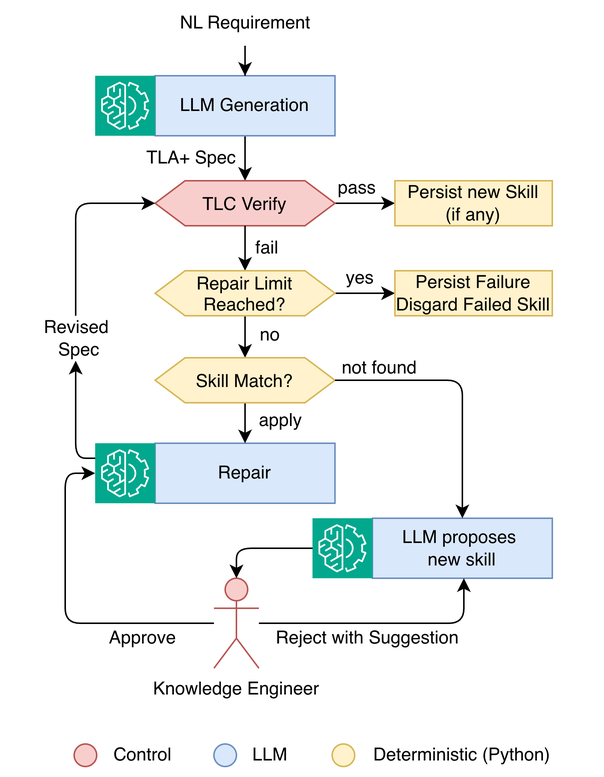
The draw.io diagram images/AgenticControlLoop.drawio.png in Prof-it/formal-verification, before a commit. Source tidied: cells renumbered, new cells last; positions are measured from the earlier drawing's top-left corner, leaving out a move shared by most shapes.
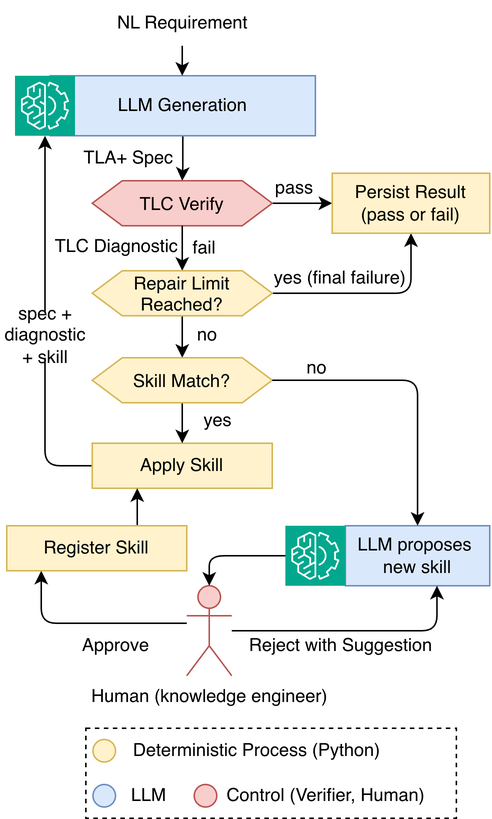
The same diagram one commit later.

Diff of the diagram source:
```diff
@@ -2,14 +2,17 @@
   <root>
     <mxCell id="0" />
     <mxCell id="1" parent="0" />
+    <mxCell id="45" style="rounded=0;whiteSpace=wrap;html=1;dashed=1;" parent="1" vertex="1">
+      <mxGeometry x="98.8" y="485" width="247" height="60" as="geometry" />
+    </mxCell>
     <mxCell id="2" style="edgeStyle=orthogonalEdgeStyle;rounded=0;jettySize=auto;html=1;" parent="1" edge="1" source="3" target="7">
       <mxGeometry relative="1" as="geometry" />
     </mxCell>
     <mxCell id="3" value="&lt;font&gt;LLM Generation&lt;/font&gt;" style="rounded=0;whiteSpace=wrap;html=1;fillColor=#dae8fc;strokeColor=#6c8ebf;" parent="1" vertex="1">
-      <mxGeometry x="103" y="50" width="120" height="40" as="geometry" />
+      <mxGeometry x="75" y="50" width="176.8" height="40" as="geometry" />
     </mxCell>
-    <mxCell id="4" style="edgeStyle=orthogonalEdgeStyle;rounded=1;jettySize=auto;html=1;curved=0;exitX=1;exitY=0.5;exitDx=0;exitDy=0;" parent="1" edge="1" source="35" target="15">
-      <mxGeometry x="-0.12" relative="1" as="geometry" />
+    <mxCell id="4" style="edgeStyle=orthogonalEdgeStyle;rounded=1;jettySize=auto;html=1;curved=0;exitX=1;exitY=0.5;exitDx=0;exitDy=0;entryX=0.5;entryY=1;entryDx=0;entryDy=0;" parent="1" edge="1" source="35" target="26">
+      <mxGeometry x="-0.73" relative="1" as="geometry" />
     </mxCell>
     <mxCell id="5" style="edgeStyle=orthogonalEdgeStyle;rounded=0;jettySize=auto;html=1;entryX=0.5;entryY=0;entryDx=0;entryDy=0;" parent="1" edge="1" source="35" target="14">
       <mxGeometry x="0.38" relative="1" as="geometry" />
@@ -34,15 +37,11 @@
         </Array>
       </mxGeometry>
     </mxCell>
-    <mxCell id="11" style="edgeStyle=orthogonalEdgeStyle;rounded=1;jettySize=auto;html=1;entryX=0;entryY=0.5;entryDx=0;entryDy=0;curved=0;" parent="1" edge="1" source="40" target="7">
-      <mxGeometry x="-0.89" relative="1" as="geometry">
-        <Array as="points">
-          <mxPoint x="50" y="135" />
-        </Array>
-      </mxGeometry>
-    </mxCell>
+    <mxCell id="46" style="edgeStyle=orthogonalEdgeStyle;rounded=1;jettySize=auto;html=1;entryX=0.5;entryY=1;entryDx=0;entryDy=0;curved=0;endArrow=none;endFill=0;" parent="1" edge="1" source="12" target="40">
+      <mxGeometry relative="1" as="geometry" />
+    </mxCell>
-    <mxCell id="12" value="Repair" style="rounded=0;whiteSpace=wrap;html=1;fillColor=#dae8fc;strokeColor=#6c8ebf;" parent="1" vertex="1">
-      <mxGeometry x="103" y="295" width="120" height="40" as="geometry" />
+    <mxCell id="12" value="&lt;div&gt;Apply Skill&lt;/div&gt;" style="rounded=0;whiteSpace=wrap;html=1;fillColor=#fff2cc;strokeColor=#d6b656;" parent="1" vertex="1">
+      <mxGeometry x="103" y="295" width="120" height="30" as="geometry" />
     </mxCell>
     <mxCell id="13" style="edgeStyle=orthogonalEdgeStyle;rounded=0;jettySize=auto;html=1;" parent="1" edge="1" source="14" target="12">
       <mxGeometry relative="1" as="geometry" />
@@ -50,103 +49,106 @@
     <mxCell id="14" value="Skill Match?" style="shape=hexagon;perimeter=hexagonPerimeter2;whiteSpace=wrap;html=1;shapeInside=1;fixedSize=1;fillColor=#fff2cc;strokeColor=#d6b656;" parent="1" vertex="1">
       <mxGeometry x="103" y="238" width="120" height="30" as="geometry" />
     </mxCell>
-    <mxCell id="15" value="Persist&amp;nbsp;&lt;span style=&quot;background-color: transparent; color: light-dark(rgb(0, 0, 0), rgb(255, 255, 255));&quot;&gt;Failure&lt;/span&gt;&lt;div&gt;Disgard Failed Skill&lt;/div&gt;" style="rounded=0;whiteSpace=wrap;html=1;fillColor=#fff2cc;strokeColor=#d6b656;" parent="1" vertex="1">
-      <mxGeometry x="263" y="180" width="105" height="30" as="geometry" />
-    </mxCell>
-    <mxCell id="16" value="apply" style="text;html=1;whiteSpace=wrap;strokeColor=none;fillColor=none;align=center;verticalAlign=middle;rounded=0;" parent="1" vertex="1">
+    <mxCell id="16" value="yes" style="text;html=1;whiteSpace=wrap;strokeColor=none;fillColor=none;align=center;verticalAlign=middle;rounded=0;" parent="1" vertex="1">
       <mxGeometry x="157" y="265" width="60" height="30" as="geometry" />
     </mxCell>
     <mxCell id="17" value="LLM proposes&amp;nbsp;&lt;div&gt;new skill&lt;/div&gt;" style="rounded=0;whiteSpace=wrap;html=1;fillColor=#dae8fc;strokeColor=#6c8ebf;" parent="1" vertex="1">
-      <mxGeometry x="248" y="345" width="120" height="40" as="geometry" />
+      <mxGeometry x="271.8" y="350" width="96.2" height="40" as="geometry" />
     </mxCell>
     <mxCell id="18" style="edgeStyle=orthogonalEdgeStyle;rounded=1;jettySize=auto;html=1;entryX=0.5;entryY=0;entryDx=0;entryDy=0;exitX=1;exitY=0.5;exitDx=0;exitDy=0;curved=0;" parent="1" edge="1" source="14" target="17">
       <mxGeometry x="0.19" relative="1" as="geometry" />
     </mxCell>
     <mxCell id="19" style="sketch=0;points=[[0,0,0],[0.25,0,0],[0.5,0,0],[0.75,0,0],[1,0,0],[0,1,0],[0.25,1,0],[0.5,1,0],[0.75,1,0],[1,1,0],[0,0.25,0],[0,0.5,0],[0,0.75,0],[1,0.25,0],[1,0.5,0],[1,0.75,0]];outlineConnect=0;fontColor=#232F3E;fillColor=#01A88D;strokeColor=#ffffff;dashed=0;verticalLabelPosition=bottom;verticalAlign=top;align=center;html=1;fontSize=12;fontStyle=0;shape=mxgraph.aws4.resourceIcon;resIcon=mxgraph.aws4.machine_learning;" parent="1" vertex="1">
-      <mxGeometry x="63" y="50" width="40" height="40" as="geometry" />
+      <mxGeometry x="51.5" y="50" width="40" height="40" as="geometry" />
     </mxCell>
     <mxCell id="20" style="sketch=0;points=[[0,0,0],[0.25,0,0],[0.5,0,0],[0.75,0,0],[1,0,0],[0,1,0],[0.25,1,0],[0.5,1,0],[0.75,1,0],[1,1,0],[0,0.25,0],[0,0.5,0],[0,0.75,0],[1,0.25,0],[1,0.5,0],[1,0.75,0]];outlineConnect=0;fontColor=#232F3E;fillColor=#01A88D;strokeColor=#ffffff;dashed=0;verticalLabelPosition=bottom;verticalAlign=top;align=center;html=1;fontSize=12;fontStyle=0;shape=mxgraph.aws4.resourceIcon;resIcon=mxgraph.aws4.machine_learning;" parent="1" vertex="1">
-      <mxGeometry x="208" y="345" width="40" height="40" as="geometry" />
+      <mxGeometry x="231.8" y="350" width="40" height="40" as="geometry" />
     </mxCell>
     <mxCell id="21" value="Approve" style="text;html=1;whiteSpace=wrap;strokeColor=none;fillColor=none;align=center;verticalAlign=middle;rounded=0;" parent="1" vertex="1">
-      <mxGeometry x="65.2" y="417.5" width="60" height="15" as="geometry" />
+      <mxGeometry x="89" y="422.5" width="60" height="15" as="geometry" />
     </mxCell>
     <mxCell id="22" value="Reject with Suggestion" style="text;html=1;whiteSpace=wrap;strokeColor=none;fillColor=none;align=center;verticalAlign=middle;rounded=0;" parent="1" vertex="1">
-      <mxGeometry x="180" y="410" width="130" height="30" as="geometry" />
+      <mxGeometry x="203.8" y="415" width="130" height="30" as="geometry" />
     </mxCell>
-    <mxCell id="23" value="Knowledge&amp;nbsp;&lt;span style=&quot;background-color: transparent; color: light-dark(rgb(0, 0, 0), rgb(255, 255, 255));&quot;&gt;Engineer&lt;/span&gt;" style="shape=umlActor;verticalLabelPosition=bottom;verticalAlign=top;html=1;outlineConnect=0;fillColor=#f8cecc;strokeColor=#b85450;" parent="1" vertex="1">
-      <mxGeometry x="142.2" y="385" width="30" height="60" as="geometry" />
+    <mxCell id="23" value="Human (knowledge e&lt;span style=&quot;background-color: transparent; color: light-dark(rgb(0, 0, 0), rgb(255, 255, 255));&quot;&gt;ngineer)&lt;/span&gt;" style="shape=umlActor;verticalLabelPosition=bottom;verticalAlign=top;html=1;outlineConnect=0;fillColor=#f8cecc;strokeColor=#b85450;" parent="1" vertex="1">
+      <mxGeometry x="166" y="390" width="30" height="60" as="geometry" />
     </mxCell>
-    <mxCell id="24" value="not found" style="text;html=1;whiteSpace=wrap;strokeColor=none;fillColor=none;align=center;verticalAlign=middle;rounded=0;" parent="1" vertex="1">
+    <mxCell id="24" value="no" style="text;html=1;whiteSpace=wrap;strokeColor=none;fillColor=none;align=center;verticalAlign=middle;rounded=0;" parent="1" vertex="1">
       <mxGeometry x="223" y="230" width="60" height="30" as="geometry" />
     </mxCell>
     <mxCell id="25" style="edgeStyle=orthogonalEdgeStyle;rounded=1;jettySize=auto;html=1;entryX=0.5;entryY=0;entryDx=0;entryDy=0;entryPerimeter=0;curved=0;" parent="1" edge="1" source="20" target="23">
       <mxGeometry relative="1" as="geometry" />
     </mxCell>
-    <mxCell id="26" value="&lt;span style=&quot;background-color: transparent; color: light-dark(rgb(0, 0, 0), rgb(255, 255, 255));&quot;&gt;Persist new Skill&lt;/span&gt;&lt;div&gt;&lt;span style=&quot;background-color: transparent; color: light-dark(rgb(0, 0, 0), rgb(255, 255, 255));&quot;&gt;(if any)&lt;/span&gt;&lt;/div&gt;" style="rounded=0;whiteSpace=wrap;html=1;fillColor=#fff2cc;strokeColor=#d6b656;" parent="1" vertex="1">
-      <mxGeometry x="263" y="120" width="105" height="30" as="geometry" />
+    <mxCell id="26" value="&lt;span style=&quot;background-color: transparent; color: light-dark(rgb(0, 0, 0), rgb(255, 255, 255));&quot;&gt;Persist Result&lt;/span&gt;&lt;div&gt;&lt;span style=&quot;background-color: transparent; color: light-dark(rgb(0, 0, 0), rgb(255, 255, 255));&quot;&gt;(pass or fail)&lt;/span&gt;&lt;/div&gt;" style="rounded=0;whiteSpace=wrap;html=1;fillColor=#fff2cc;strokeColor=#d6b656;" parent="1" vertex="1">
+      <mxGeometry x="263" y="115" width="105" height="40" as="geometry" />
     </mxCell>
+    <mxCell id="34" style="edgeStyle=orthogonalEdgeStyle;rounded=0;jettySize=auto;html=1;" parent="1" edge="1" source="7" target="35">
+      <mxGeometry relative="1" as="geometry" />
+    </mxCell>
+    <mxCell id="35" value="Repair Limit Reached?" style="shape=hexagon;perimeter=hexagonPerimeter2;whiteSpace=wrap;html=1;shapeInside=1;fixedSize=1;fillColor=#fff2cc;strokeColor=#d6b656;" parent="1" vertex="1">
+      <mxGeometry x="103" y="180" width="120" height="30" as="geometry" />
+    </mxCell>
+    <mxCell id="36" value="no" style="text;html=1;whiteSpace=wrap;strokeColor=none;fillColor=none;align=center;verticalAlign=middle;rounded=0;" parent="1" vertex="1">
+      <mxGeometry x="149.5" y="208" width="60" height="30" as="geometry" />
+    </mxCell>
+    <mxCell id="37" value="yes (final failure)" style="text;html=1;whiteSpace=wrap;strokeColor=none;fillColor=none;align=center;verticalAlign=middle;rounded=0;" parent="1" vertex="1">
+      <mxGeometry x="223" y="170" width="91" height="30" as="geometry" />
+    </mxCell>
+    <mxCell id="38" value="TLA+ Spec" style="text;html=1;whiteSpace=wrap;strokeColor=none;fillColor=none;align=center;verticalAlign=middle;rounded=0;" parent="1" vertex="1">
+      <mxGeometry x="75" y="90" width="105" height="30" as="geometry" />
+    </mxCell>
+    <mxCell id="41" style="edgeStyle=orthogonalEdgeStyle;rounded=0;jettySize=auto;html=1;entryX=0.5;entryY=0;entryDx=0;entryDy=0;" parent="1" edge="1" source="42" target="3">
+      <mxGeometry relative="1" as="geometry" />
+    </mxCell>
+    <mxCell id="42" value="NL Requirement" style="text;html=1;whiteSpace=wrap;strokeColor=none;fillColor=none;align=center;verticalAlign=middle;rounded=0;" parent="1" vertex="1">
+      <mxGeometry x="110.5" width="105" height="30" as="geometry" />
+    </mxCell>
+    <mxCell id="43" style="edgeStyle=orthogonalEdgeStyle;rounded=1;jettySize=auto;html=1;curved=0;" parent="1" edge="1" source="23" target="17">
+      <mxGeometry relative="1" as="geometry">
+        <Array as="points">
+          <mxPoint x="332.8" y="420" />
+        </Array>
+      </mxGeometry>
+    </mxCell>
+    <mxCell id="40" value="spec +&lt;div&gt;diagnostic&lt;/div&gt;&lt;div&gt;+ skill&lt;/div&gt;" style="text;html=1;whiteSpace=wrap;strokeColor=none;fillColor=none;align=center;verticalAlign=middle;rounded=0;" parent="1" vertex="1">
+      <mxGeometry x="41.5" y="208" width="60" height="30" as="geometry" />
+    </mxCell>
     <mxCell id="27" style="ellipse;whiteSpace=wrap;html=1;shapeInside=1;fillColor=#f8cecc;strokeColor=#b85450;" parent="1" vertex="1">
-      <mxGeometry x="49" y="495.5" width="15" height="15" as="geometry" />
+      <mxGeometry x="171" y="522.5" width="15" height="15" as="geometry" />
     </mxCell>
-    <mxCell id="28" value="Control" style="text;html=1;whiteSpace=wrap;strokeColor=none;fillColor=none;align=center;verticalAlign=middle;rounded=0;" parent="1" vertex="1">
-      <mxGeometry x="65.2" y="488" width="60" height="30" as="geometry" />
+    <mxCell id="28" value="Control (Verifier, Human)" style="text;html=1;whiteSpace=wrap;strokeColor=none;fillColor=none;align=center;verticalAlign=middle;rounded=0;" parent="1" vertex="1">
+      <mxGeometry x="187.2" y="515" width="144.2" height="30" as="geometry" />
     </mxCell>
     <mxCell id="29" style="ellipse;whiteSpace=wrap;html=1;shapeInside=1;fillColor=#fff2cc;strokeColor=#d6b656;" parent="1" vertex="1">
-      <mxGeometry x="221.1" y="495.5" width="15" height="15" as="geometry" />
+      <mxGeometry x="103.5" y="492.5" width="15" height="15" as="geometry" />
     </mxCell>
-    <mxCell id="30" value="Deterministic (Python)" style="text;html=1;whiteSpace=wrap;strokeColor=none;fillColor=none;align=center;verticalAlign=middle;rounded=0;" parent="1" vertex="1">
-      <mxGeometry x="214.1" y="488" width="188.2" height="30" as="geometry" />
+    <mxCell id="30" value="Deterministic Process (Python)" style="text;html=1;whiteSpace=wrap;strokeColor=none;fillColor=none;align=center;verticalAlign=middle;rounded=0;" parent="1" vertex="1">
+      <mxGeometry x="118.5" y="485" width="188.2" height="30" as="geometry" />
     </mxCell>
     <mxCell id="31" style="ellipse;whiteSpace=wrap;html=1;shapeInside=1;fillColor=#dae8fc;strokeColor=#6c8ebf;" parent="1" vertex="1">
-      <mxGeometry x="142.2" y="495.5" width="15" height="15" as="geometry" />
+      <mxGeometry x="103.5" y="522.5" width="15" height="15" as="geometry" />
     </mxCell>
     <mxCell id="32" value="LLM" style="text;html=1;whiteSpace=wrap;strokeColor=none;fillColor=none;align=center;verticalAlign=middle;rounded=0;" parent="1" vertex="1">
-      <mxGeometry x="149.8" y="488" width="60" height="30" as="geometry" />
+      <mxGeometry x="111" y="515" width="60" height="30" as="geometry" />
     </mxCell>
-    <mxCell id="33" style="sketch=0;points=[[0,0,0],[0.25,0,0],[0.5,0,0],[0.75,0,0],[1,0,0],[0,1,0],[0.25,1,0],[0.5,1,0],[0.75,1,0],[1,1,0],[0,0.25,0],[0,0.5,0],[0,0.75,0],[1,0.25,0],[1,0.5,0],[1,0.75,0]];outlineConnect=0;fontColor=#232F3E;fillColor=#01A88D;strokeColor=#ffffff;dashed=0;verticalLabelPosition=bottom;verticalAlign=top;align=center;html=1;fontSize=12;fontStyle=0;shape=mxgraph.aws4.resourceIcon;resIcon=mxgraph.aws4.machine_learning;" parent="1" vertex="1">
-      <mxGeometry x="63" y="295" width="40" height="40" as="geometry" />
-    </mxCell>
-    <mxCell id="34" style="edgeStyle=orthogonalEdgeStyle;rounded=0;jettySize=auto;html=1;" parent="1" edge="1" source="7" target="35">
-      <mxGeometry relative="1" as="geometry" />
-    </mxCell>
-    <mxCell id="35" value="Repair Limit Reached?" style="shape=hexagon;perimeter=hexagonPerimeter2;whiteSpace=wrap;html=1;shapeInside=1;fixedSize=1;fillColor=#fff2cc;strokeColor=#d6b656;" parent="1" vertex="1">
-      <mxGeometry x="103" y="180" width="120" height="30" as="geometry" />
-    </mxCell>
-    <mxCell id="36" value="no" style="text;html=1;whiteSpace=wrap;strokeColor=none;fillColor=none;align=center;verticalAlign=middle;rounded=0;" parent="1" vertex="1">
-      <mxGeometry x="149.5" y="208" width="60" height="30" as="geometry" />
-    </mxCell>
-    <mxCell id="37" value="yes" style="text;html=1;whiteSpace=wrap;strokeColor=none;fillColor=none;align=center;verticalAlign=middle;rounded=0;" parent="1" vertex="1">
-      <mxGeometry x="209.5" y="170" width="60" height="30" as="geometry" />
-    </mxCell>
-    <mxCell id="38" value="TLA+ Spec" style="text;html=1;whiteSpace=wrap;strokeColor=none;fillColor=none;align=center;verticalAlign=middle;rounded=0;" parent="1" vertex="1">
-      <mxGeometry x="75" y="90" width="105" height="30" as="geometry" />
-    </mxCell>
-    <mxCell id="39" style="edgeStyle=orthogonalEdgeStyle;rounded=1;jettySize=auto;html=1;curved=0;exitX=0;exitY=0.25;exitDx=0;exitDy=0;exitPerimeter=0;" parent="1" edge="1" source="33" target="40">
-      <mxGeometry x="-0.89" relative="1" as="geometry">
-        <Array as="points">
-          <mxPoint x="50" y="305" />
-        </Array>
-      </mxGeometry>
-    </mxCell>
-    <mxCell id="40" value="Revised&amp;nbsp;&lt;div&gt;Spec&lt;/div&gt;" style="text;html=1;whiteSpace=wrap;strokeColor=none;fillColor=none;align=center;verticalAlign=middle;rounded=0;" parent="1" vertex="1">
-      <mxGeometry y="210" width="105" height="30" as="geometry" />
-    </mxCell>
-    <mxCell id="41" style="edgeStyle=orthogonalEdgeStyle;rounded=0;jettySize=auto;html=1;entryX=0.5;entryY=0;entryDx=0;entryDy=0;" parent="1" edge="1" source="42" target="3">
-      <mxGeometry relative="1" as="geometry" />
-    </mxCell>
-    <mxCell id="42" value="NL Requirement" style="text;html=1;whiteSpace=wrap;strokeColor=none;fillColor=none;align=center;verticalAlign=middle;rounded=0;" parent="1" vertex="1">
-      <mxGeometry x="110.5" width="105" height="30" as="geometry" />
-    </mxCell>
-    <mxCell id="43" style="edgeStyle=orthogonalEdgeStyle;rounded=1;jettySize=auto;html=1;curved=0;" parent="1" edge="1" source="23" target="17">
-      <mxGeometry relative="1" as="geometry">
-        <Array as="points">
-          <mxPoint x="309" y="415" />
-        </Array>
-      </mxGeometry>
-    </mxCell>
-    <mxCell id="44" style="edgeStyle=orthogonalEdgeStyle;rounded=1;jettySize=auto;html=1;entryX=0;entryY=0.5;entryDx=0;entryDy=0;entryPerimeter=0;curved=0;" parent="1" edge="1" source="23" target="33">
-      <mxGeometry relative="1" as="geometry" />
-    </mxCell>
+    <mxCell id="47" style="edgeStyle=orthogonalEdgeStyle;rounded=1;jettySize=auto;html=1;curved=0;" parent="1" edge="1" source="23" target="49">
+      <mxGeometry x="-0.2" relative="1" as="geometry">
+        <Array as="points">
+          <mxPoint x="69" y="415" />
+        </Array>
+      </mxGeometry>
+    </mxCell>
+    <mxCell id="48" style="edgeStyle=orthogonalEdgeStyle;rounded=0;jettySize=auto;html=1;entryX=0.25;entryY=1;entryDx=0;entryDy=0;exitX=0.75;exitY=0;exitDx=0;exitDy=0;" parent="1" edge="1" source="49" target="12">
+      <mxGeometry relative="1" as="geometry" />
+    </mxCell>
+    <mxCell id="49" value="Register Skill" style="rounded=0;whiteSpace=wrap;html=1;fillColor=#fff2cc;strokeColor=#d6b656;" parent="1" vertex="1">
+      <mxGeometry x="46" y="350" width="120" height="30" as="geometry" />
+    </mxCell>
+    <mxCell id="50" value="TLC Diagnostic" style="text;html=1;whiteSpace=wrap;strokeColor=none;fillColor=none;align=center;verticalAlign=middle;rounded=0;" parent="1" vertex="1">
+      <mxGeometry x="66.5" y="149" width="105" height="30" as="geometry" />
+    </mxCell>
+    <mxCell id="51" style="edgeStyle=orthogonalEdgeStyle;rounded=0;jettySize=auto;html=1;entryX=0.5;entryY=1;entryDx=0;entryDy=0;entryPerimeter=0;" parent="1" edge="1" source="40" target="19">
+      <mxGeometry relative="1" as="geometry" />
+    </mxCell>
   </root>
 </mxGraphModel>
```
